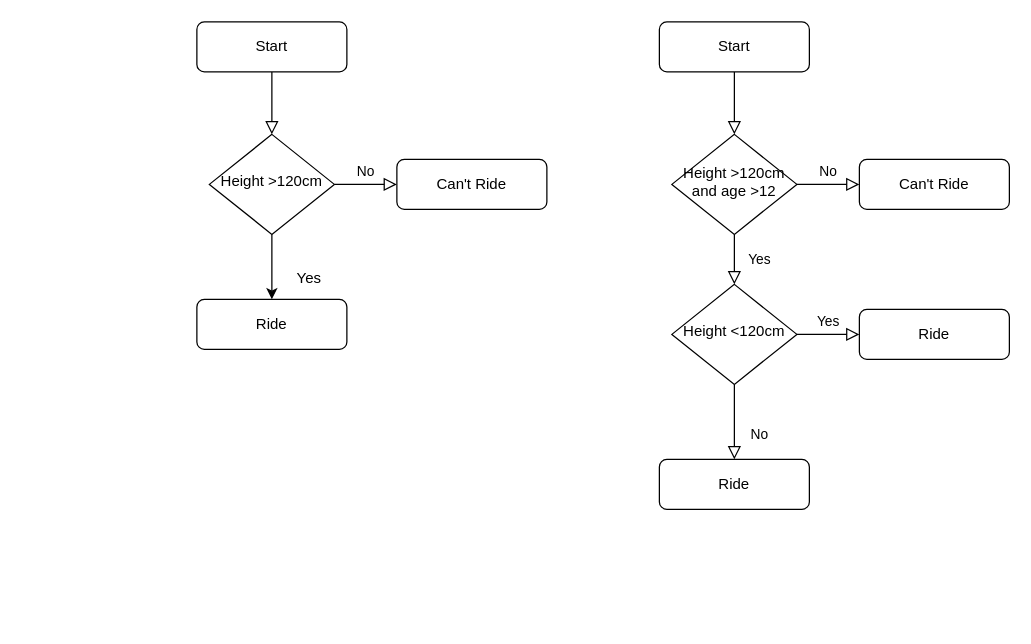
The draw.io diagram Rollercoster Ticketing System.drawio in PavanKumarRangudu/Flow-Charts, before the edit. Source tidied: cells renumbered, new cells numbered last; positions are measured from the earlier drawing's top-left corner, leaving out a move shared by most shapes. Both pictures are drawn from the tidied source at 125%, with x=0, y=0 at pixel (196, 21).
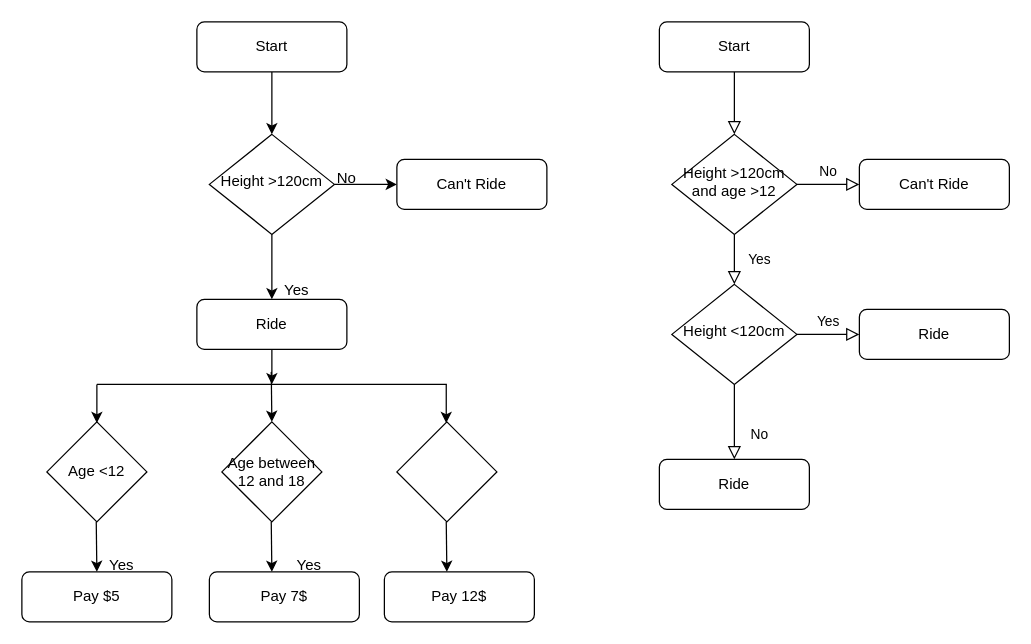
Above is the later version.

The change refers to these unchanged cells:
```xml
<mxCell id="3" value="Start" style="rounded=1;whiteSpace=wrap;html=1;fontSize=12;glass=0;strokeWidth=1;shadow=0;" parent="1" vertex="1">
  <mxGeometry width="120" height="40" as="geometry" />
</mxCell>
<mxCell id="6" value="Height &amp;gt;120cm" style="rhombus;whiteSpace=wrap;html=1;shadow=0;fontFamily=Helvetica;fontSize=12;align=center;strokeWidth=1;spacing=6;spacingTop=-4;" parent="1" vertex="1">
  <mxGeometry x="10" y="90" width="100" height="80" as="geometry" />
</mxCell>
<mxCell id="7" value="Can't Ride" style="rounded=1;whiteSpace=wrap;html=1;fontSize=12;glass=0;strokeWidth=1;shadow=0;" parent="1" vertex="1">
  <mxGeometry x="160" y="110" width="120" height="40" as="geometry" />
</mxCell>
<mxCell id="8" value="Ride" style="rounded=1;whiteSpace=wrap;html=1;fontSize=12;glass=0;strokeWidth=1;shadow=0;" parent="1" vertex="1">
  <mxGeometry y="222" width="120" height="40" as="geometry" />
</mxCell>
```

The edit, as a diff of the source:
```diff
@@
-    <mxCell id="2" style="rounded=0;html=1;jettySize=auto;fontSize=11;endArrow=block;endFill=0;endSize=8;strokeWidth=1;shadow=0;labelBackgroundColor=none;edgeStyle=orthogonalEdgeStyle;" parent="1" edge="1" source="3" target="6">
+    <mxCell id="2" style="edgeStyle=orthogonalEdgeStyle;rounded=0;jettySize=auto;html=1;exitX=0.5;exitY=1;exitDx=0;exitDy=0;entryX=0.5;entryY=0;entryDx=0;entryDy=0;" parent="1" edge="1" source="3" target="6">
       <mxGeometry relative="1" as="geometry" />
     </mxCell>
@@
-    <mxCell id="4" value="No" style="edgeStyle=orthogonalEdgeStyle;rounded=0;html=1;jettySize=auto;fontSize=11;endArrow=block;endFill=0;endSize=8;strokeWidth=1;shadow=0;labelBackgroundColor=none;" parent="1" edge="1" source="6" target="7">
-      <mxGeometry y="10" relative="1" as="geometry" />
-    </mxCell>
@@
+    <mxCell id="21" style="edgeStyle=orthogonalEdgeStyle;rounded=0;jettySize=auto;html=1;exitX=1;exitY=0.5;exitDx=0;exitDy=0;" parent="1" edge="1" source="6" target="7">
+      <mxGeometry relative="1" as="geometry" />
+    </mxCell>
@@
+    <mxCell id="22" style="edgeStyle=orthogonalEdgeStyle;rounded=0;jettySize=auto;html=1;exitX=0.5;exitY=1;exitDx=0;exitDy=0;" parent="1" edge="1" source="8">
+      <mxGeometry relative="1" as="geometry">
+        <mxPoint x="60" y="290" as="targetPoint" />
+      </mxGeometry>
+    </mxCell>
@@
     <mxCell id="20" value="Yes" style="text;strokeColor=none;align=center;fillColor=none;html=1;verticalAlign=middle;whiteSpace=wrap;rounded=0;" parent="1" vertex="1">
-      <mxGeometry x="60" y="190" width="60" height="30" as="geometry" />
+      <mxGeometry x="50" y="200" width="60" height="30" as="geometry" />
     </mxCell>
+    <mxCell id="23" value="Age between 12 and 18" style="rhombus;whiteSpace=wrap;html=1;" parent="1" vertex="1">
+      <mxGeometry x="20" y="320" width="80" height="80" as="geometry" />
+    </mxCell>
+    <mxCell id="24" value="Pay $5" style="rounded=1;whiteSpace=wrap;html=1;" parent="1" vertex="1">
+      <mxGeometry x="-140" y="440" width="120" height="40" as="geometry" />
+    </mxCell>
+    <mxCell id="25" value="Pay 12$" style="rounded=1;whiteSpace=wrap;html=1;" parent="1" vertex="1">
+      <mxGeometry x="150" y="440" width="120" height="40" as="geometry" />
+    </mxCell>
+    <mxCell id="26" value="Yes" style="text;strokeColor=none;align=center;fillColor=none;html=1;verticalAlign=middle;whiteSpace=wrap;rounded=0;" parent="1" vertex="1">
+      <mxGeometry x="-90" y="420" width="60" height="30" as="geometry" />
+    </mxCell>
+    <mxCell id="4" value="No" style="text;strokeColor=none;align=center;fillColor=none;html=1;verticalAlign=middle;whiteSpace=wrap;rounded=0;" parent="1" vertex="1">
+      <mxGeometry x="90" y="110" width="60" height="30" as="geometry" />
+    </mxCell>
+    <mxCell id="27" value="Age &amp;lt;12" style="rhombus;whiteSpace=wrap;html=1;" parent="1" vertex="1">
+      <mxGeometry x="-120" y="320" width="80" height="80" as="geometry" />
+    </mxCell>
+    <mxCell id="28" style="rhombus;whiteSpace=wrap;html=1;" parent="1" vertex="1">
+      <mxGeometry x="160" y="320" width="80" height="80" as="geometry" />
+    </mxCell>
+    <mxCell id="29" value="Pay 7$" style="rounded=1;whiteSpace=wrap;html=1;" parent="1" vertex="1">
+      <mxGeometry x="10" y="440" width="120" height="40" as="geometry" />
+    </mxCell>
+    <mxCell id="30" style="endArrow=none;html=1;rounded=0;" parent="1" edge="1">
+      <mxGeometry relative="1" as="geometry">
+        <mxPoint x="-80" y="290" as="sourcePoint" />
+        <mxPoint x="200" y="290" as="targetPoint" />
+        <Array as="points">
+          <mxPoint x="55" y="290" />
+        </Array>
+      </mxGeometry>
+    </mxCell>
+    <mxCell id="31" style="endArrow=classic;html=1;rounded=0;entryX=0.5;entryY=0.125;entryDx=0;entryDy=0;entryPerimeter=0;" parent="1" edge="1">
+      <mxGeometry relative="1" as="geometry">
+        <mxPoint x="-80" y="290" as="sourcePoint" />
+        <mxPoint x="-80" y="321" as="targetPoint" />
+      </mxGeometry>
+    </mxCell>
+    <mxCell id="32" style="endArrow=classic;html=1;rounded=0;entryX=0.5;entryY=0;entryDx=0;entryDy=0;" parent="1" edge="1" target="23">
+      <mxGeometry relative="1" as="geometry">
+        <mxPoint x="59.5" y="280" as="sourcePoint" />
+      </mxGeometry>
+    </mxCell>
+    <mxCell id="33" style="endArrow=classic;html=1;rounded=0;entryX=0.5;entryY=0.125;entryDx=0;entryDy=0;entryPerimeter=0;" parent="1" edge="1">
+      <mxGeometry relative="1" as="geometry">
+        <mxPoint x="199.5" y="290" as="sourcePoint" />
+        <mxPoint x="199.5" y="321" as="targetPoint" />
+      </mxGeometry>
+    </mxCell>
+    <mxCell id="34" style="endArrow=classic;html=1;rounded=0;entryX=0.5;entryY=0;entryDx=0;entryDy=0;" parent="1" edge="1">
+      <mxGeometry relative="1" as="geometry">
+        <mxPoint x="-80.5" y="400" as="sourcePoint" />
+        <mxPoint x="-80" y="440" as="targetPoint" />
+      </mxGeometry>
+    </mxCell>
+    <mxCell id="35" style="endArrow=classic;html=1;rounded=0;entryX=0.5;entryY=0;entryDx=0;entryDy=0;" parent="1" edge="1">
+      <mxGeometry relative="1" as="geometry">
+        <mxPoint x="59.5" y="400" as="sourcePoint" />
+        <mxPoint x="60" y="440" as="targetPoint" />
+      </mxGeometry>
+    </mxCell>
+    <mxCell id="36" value="Yes" style="text;strokeColor=none;align=center;fillColor=none;html=1;verticalAlign=middle;whiteSpace=wrap;rounded=0;" parent="1" vertex="1">
+      <mxGeometry x="60" y="420" width="60" height="30" as="geometry" />
+    </mxCell>
+    <mxCell id="37" style="endArrow=classic;html=1;rounded=0;entryX=0.5;entryY=0;entryDx=0;entryDy=0;" parent="1" edge="1">
+      <mxGeometry relative="1" as="geometry">
+        <mxPoint x="199.5" y="400" as="sourcePoint" />
+        <mxPoint x="200" y="440" as="targetPoint" />
+      </mxGeometry>
+    </mxCell>
```
